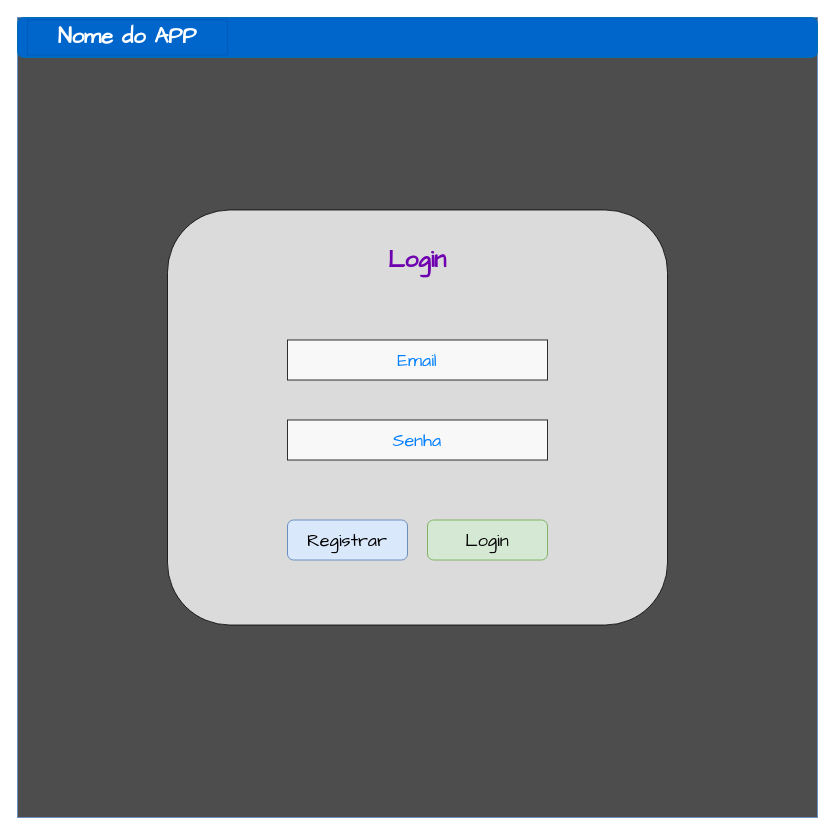
Above: page "login_page" (1 of 3) of projeto ferias.drawio in richlpn/sistema-gerenciador-insumos (draw.io), before the change. Source tidied: cells renumbered, new cells numbered last; positions are measured from the earlier drawing's top-left corner, leaving out a move shared by most shapes. Both pictures are drawn from the tidied source at 100%, with x=0, y=0 at pixel (17, 17).
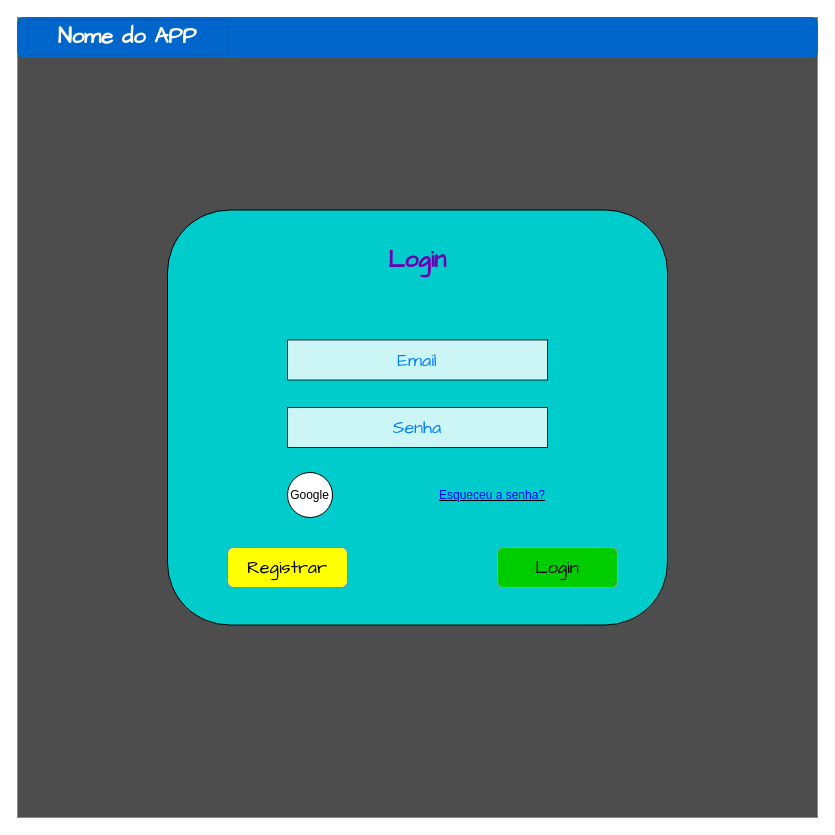
After the change.

Commit message (it also covers changes not shown here):
atualização cores tela login e registro

Change to the diagram source:
```diff
@@
 <mxGraphModel>
   <root>
     <mxCell id="0" />
     <mxCell id="1" parent="0" />
     <mxCell id="2" style="whiteSpace=wrap;html=1;fillColor=#4D4D4D;strokeColor=#6c8ebf;rounded=0;glass=0;gradientColor=none;gradientDirection=west;" parent="1" vertex="1">
       <mxGeometry width="800" height="800" as="geometry" />
     </mxCell>
     <mxCell id="3" style="rounded=1;whiteSpace=wrap;html=1;glass=0;fillColor=#0066CC;strokeColor=#006EAF;fontColor=#ffffff;gradientColor=none;gradientDirection=south;" parent="1" vertex="1">
       <mxGeometry width="800" height="40" as="geometry" />
     </mxCell>
-    <mxCell id="4" style="rounded=1;whiteSpace=wrap;html=1;glass=0;opacity=80;" parent="1" vertex="1">
+    <mxCell id="4" style="rounded=1;whiteSpace=wrap;html=1;glass=0;fillColor=#00CCCC;" parent="1" vertex="1">
       <mxGeometry x="150" y="192.5" width="500" height="415" as="geometry" />
     </mxCell>
     <mxCell id="5" value="&lt;h1&gt;&lt;font color=&quot;#6F00B0&quot;&gt;&lt;b&gt;Login&lt;/b&gt;&lt;/font&gt;&lt;/h1&gt;" style="rounded=0;whiteSpace=wrap;html=1;glass=0;strokeColor=none;labelBackgroundColor=none;labelBorderColor=none;fontFamily=Comic Sans MS;fillColor=none;" parent="1" vertex="1">
       <mxGeometry x="340" y="212.5" width="120" height="60" as="geometry" />
     </mxCell>
     <mxCell id="6" value="&lt;font style=&quot;font-size: 18px;&quot;&gt;Email&lt;/font&gt;" style="rounded=0;whiteSpace=wrap;html=1;glass=0;fontColor=#007FFF;opacity=80;fontSize=18;fontFamily=Comic Sans MS;" parent="1" vertex="1">
       <mxGeometry x="270" y="322.5" width="260" height="40" as="geometry" />
     </mxCell>
     <mxCell id="7" value="Senha" style="rounded=0;whiteSpace=wrap;html=1;glass=0;fontColor=#007FFF;opacity=80;fontSize=18;fontFamily=Comic Sans MS;" parent="1" vertex="1">
-      <mxGeometry x="270" y="402.5" width="260" height="40" as="geometry" />
+      <mxGeometry x="270" y="390" width="260" height="40" as="geometry" />
     </mxCell>
-    <mxCell id="8" value="Login" style="rounded=1;whiteSpace=wrap;html=1;fontFamily=Comic Sans MS;fontSize=18;fillColor=#d5e8d4;strokeColor=#82b366;" parent="1" vertex="1">
-      <mxGeometry x="410" y="502.5" width="120" height="40" as="geometry" />
+    <mxCell id="8" value="Login" style="rounded=1;whiteSpace=wrap;html=1;fontFamily=Comic Sans MS;fontSize=18;fillColor=#00CC00;strokeColor=#82b366;" parent="1" vertex="1">
+      <mxGeometry x="480" y="530" width="120" height="40" as="geometry" />
     </mxCell>
-    <mxCell id="9" value="Registrar" style="rounded=1;whiteSpace=wrap;html=1;fontFamily=Comic Sans MS;fontSize=18;fillColor=#dae8fc;strokeColor=#6c8ebf;" parent="1" vertex="1">
-      <mxGeometry x="270" y="502.5" width="120" height="40" as="geometry" />
+    <mxCell id="9" value="Registrar" style="rounded=1;whiteSpace=wrap;html=1;fontFamily=Comic Sans MS;fontSize=18;fillColor=#FFFF00;strokeColor=#6c8ebf;" parent="1" vertex="1">
+      <mxGeometry x="210" y="530" width="120" height="40" as="geometry" />
     </mxCell>
     <mxCell id="10" value="Nome do APP" style="rounded=0;html=1;labelBackgroundColor=none;labelBorderColor=none;fontFamily=Comic Sans MS;fontSize=22;fillColor=none;fontColor=#FFFFFF;shadow=0;sketch=0;glass=0;whiteSpace=wrap;strokeWidth=0;fontStyle=1;" parent="1" vertex="1">
       <mxGeometry x="10" y="2.5" width="200" height="35" as="geometry" />
     </mxCell>
+    <mxCell id="11" value="&lt;div&gt;Google&lt;/div&gt;" style="ellipse;whiteSpace=wrap;html=1;" parent="1" vertex="1">
+      <mxGeometry x="270" y="455" width="45" height="45" as="geometry" />
+    </mxCell>
+    <mxCell id="12" value="&lt;font color=&quot;#0000FF&quot;&gt;Esqueceu a senha?&lt;/font&gt;" style="text;html=1;strokeColor=none;fillColor=none;align=center;verticalAlign=middle;whiteSpace=wrap;rounded=0;fontStyle=4;" parent="1" vertex="1">
+      <mxGeometry x="420" y="462.5" width="110" height="30" as="geometry" />
+    </mxCell>
   </root>
 </mxGraphModel>
```
